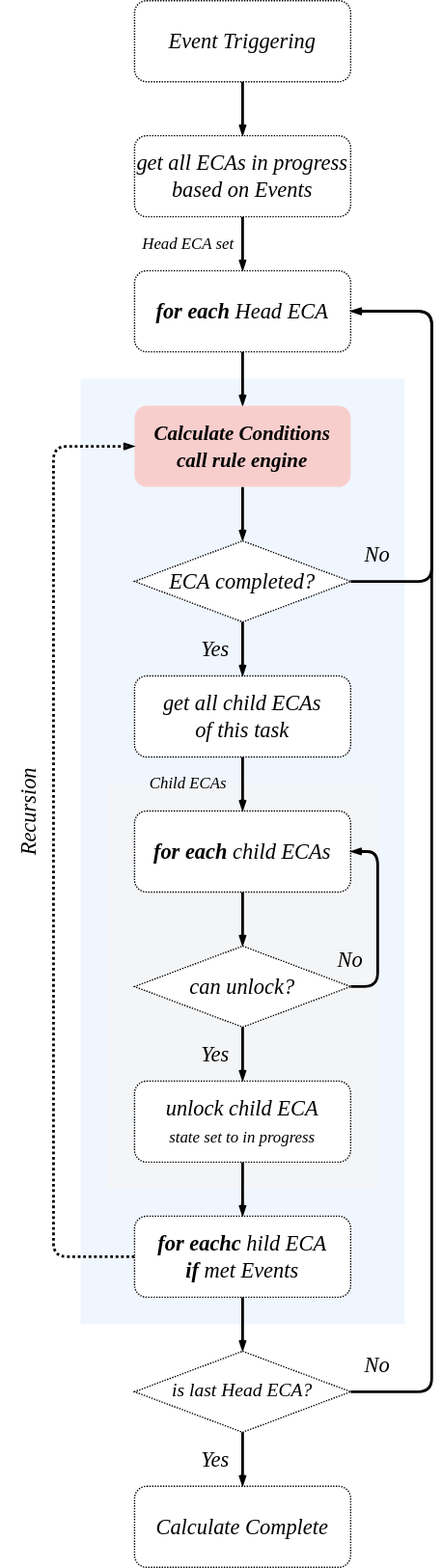
Before: system design/assets/202512310127.svg, a diagram exported from draw.io (Algo2147483647/engineering). Source tidied: cells renumbered, new cells last; positions are measured from the earlier drawing's top-left corner, leaving out a move shared by most shapes.
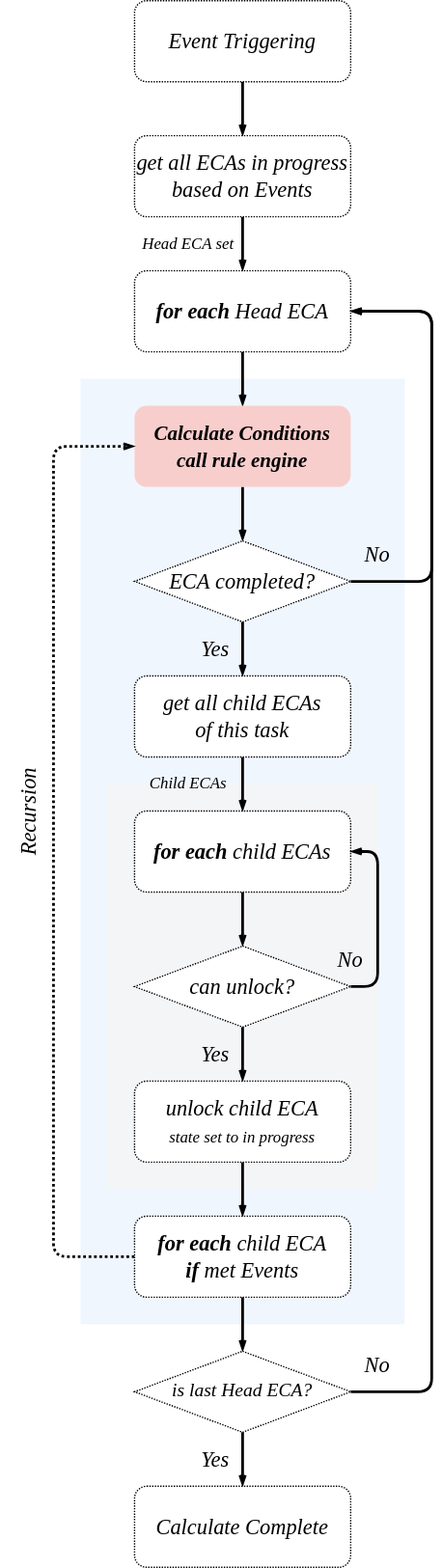
The same diagram one commit later.

The edit, as a diff of the source:
```diff
@@ -107,7 +107,7 @@
     <mxCell id="31" style="edgeStyle=orthogonalEdgeStyle;shape=connector;curved=0;rounded=1;jettySize=auto;html=1;strokeColor=default;strokeWidth=2;align=center;verticalAlign=middle;fontFamily=Helvetica;fontSize=11;fontColor=default;labelBackgroundColor=default;endArrow=openThin;endFill=0;endSize=4;" parent="1" edge="1" source="32" target="36">
       <mxGeometry relative="1" as="geometry" />
     </mxCell>
-    <mxCell id="32" value="&lt;b&gt;for eachc&amp;nbsp;&lt;/b&gt;&lt;span style=&quot;background-color: initial;&quot;&gt;hild&amp;nbsp;&lt;/span&gt;&lt;span style=&quot;background-color: initial;&quot;&gt;ECA&lt;/span&gt;&lt;div&gt;&lt;b&gt;if&lt;/b&gt; met Events&lt;/div&gt;" style="rounded=1;whiteSpace=wrap;html=1;fontSize=16;fontFamily=Times New Roman;fontStyle=2;dashed=1;dashPattern=1 1;" parent="1" vertex="1">
+    <mxCell id="32" value="&lt;b&gt;for each &lt;/b&gt;c&lt;span style=&quot;background-color: initial;&quot;&gt;hild&amp;nbsp;&lt;/span&gt;&lt;span style=&quot;background-color: initial;&quot;&gt;ECA&lt;/span&gt;&lt;div&gt;&lt;b&gt;if&lt;/b&gt; met Events&lt;/div&gt;" style="rounded=1;whiteSpace=wrap;html=1;fontSize=16;fontFamily=Times New Roman;fontStyle=2;dashed=1;dashPattern=1 1;" parent="1" vertex="1">
       <mxGeometry x="140" y="900" width="160" height="60" as="geometry" />
     </mxCell>
     <mxCell id="33" value="&lt;font face=&quot;Times New Roman&quot;&gt;&lt;i&gt;Recursion&lt;/i&gt;&lt;/font&gt;" style="text;whiteSpace=wrap;html=1;fontFamily=Helvetica;fontSize=16;fontColor=default;labelBackgroundColor=none;verticalAlign=middle;align=center;rotation=-90;" parent="1" vertex="1">
```
